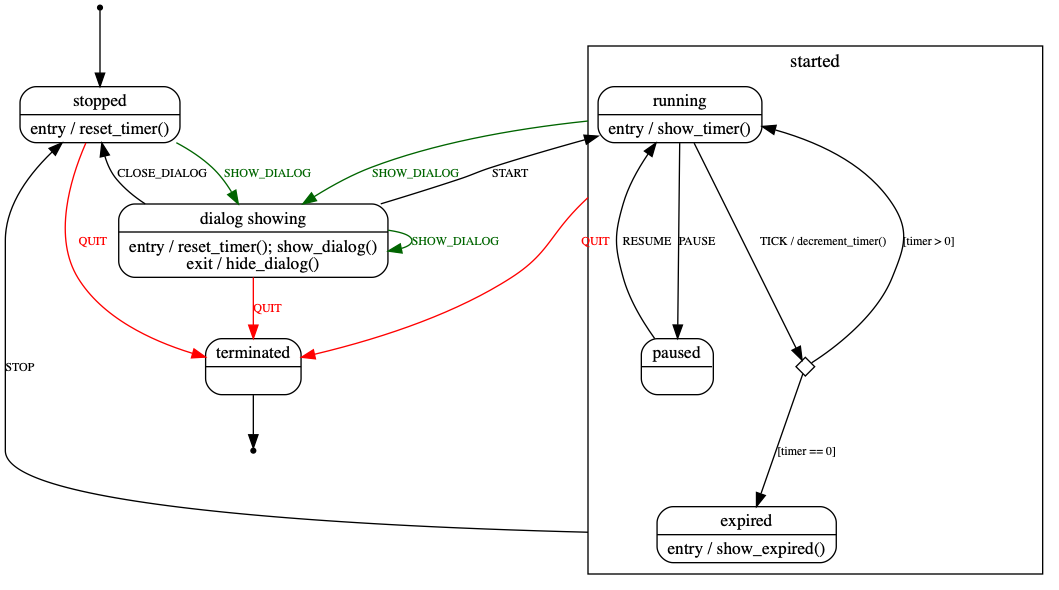
kristopherjohnson/MenubarCountdown keeps this Graphviz diagram as docs/states.png. Above is the earlier version. Its source is kept beside it as docs/states.gv.
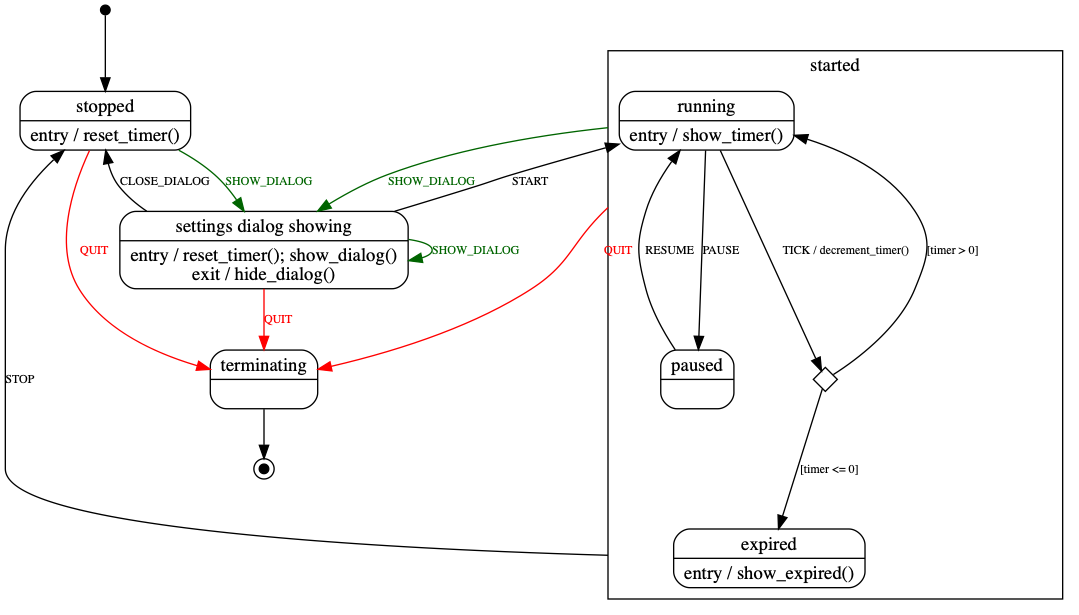
After the commit.

Commit message:
Improve display of start and end pseudostates in state machine diagram

What changed in the source:
```diff
@@ -3,98 +3,103 @@
     graph [
         forcelabels=true;
         compound=true;
-    ]
+    ];
 
     node [
         shape=Mrecord;
-        fontsize=13;
+        fontsize=14;
         label="{ \N | }";
-    ]
+    ];
 
     edge [
         fontsize=9;
-    ]
+    ];
 
     init [
-        shape=point
-    ]
+        shape=point;
+        height=0.10;
+        width=0.10;
+    ];
 
     stopped [
-        label="{ \N | entry / reset_timer() }"
-    ]
+        label="{ \N | entry / reset_timer() }";
+    ];
 
     dialog [
-        label="{ dialog showing | entry / reset_timer(); show_dialog()\nexit / hide_dialog() }"
-    ]
+        label="{ settings dialog showing | entry / reset_timer(); show_dialog()\nexit / hide_dialog() }";
+    ];
 
     subgraph cluster_started {
         label="started";
 
         running [
             label="{ \N | entry / show_timer() }"
-        ]
+        ];
         paused [
-        ]
+        ];
         expired [
             label="{ \N | entry / show_expired() }"
-        ]
+        ];
 
-        running    -> paused     [ label=PAUSE ]
-        paused     -> running    [ label=RESUME ]
+        running    -> paused     [ label=PAUSE ];
+        paused     -> running    [ label=RESUME ];
 
         decrement  [
-            label=""
-            shape=diamond
-            fixedsize=true
-            height=0.2
-            width=0.2
-        ]
+            label="";
+            shape=diamond;
+            fixedsize=true;
+            height=0.25;
+            width=0.25;
+        ];
 
-        running    -> decrement  [ label="TICK / decrement_timer()" ]
-        decrement  -> running    [ label="[timer > 0]" ]
-        decrement  -> expired    [ label="[timer == 0]" ]
+        running    -> decrement  [ label="TICK / decrement_timer()" ];
+        decrement  -> running    [ label="[timer > 0]" ];
+        decrement  -> expired    [ label="[timer <= 0]" ];
     }
 
-    terminated [
-    ]
+    terminating [
+    ];
 
     exit [
-        shape=point
-    ]
+        shape=point;
+        height=0.10;
+        width=0.10;
+        peripheries=2;
+    ];
 
-    init -> stopped
+    init -> stopped;
 
     { stopped, dialog } -> dialog [
-        label=SHOW_DIALOG
-        color=darkgreen
-        fontcolor=darkgreen
-    ]
+        label=SHOW_DIALOG;
+        color=darkgreen;
+        fontcolor=darkgreen;
+    ];
     running -> dialog [
         label=SHOW_DIALOG;
         color=darkgreen;
         fontcolor=darkgreen;
         ltail=cluster_started;
-    ]
+    ];
 
-    dialog     -> running    [ label=START ]
-    dialog     -> stopped    [ label=CLOSE_DIALOG ]
+    dialog -> running [ label=START ];
+    dialog -> stopped [ label=CLOSE_DIALOG ];
 
     expired -> stopped [
-        label=STOP
+        label=STOP;
         ltail=cluster_started;
-    ]
+    ];
 
-    { stopped, dialog } -> terminated [
-        label=QUIT
-        color=red
-        fontcolor=red
-    ]
-    running -> terminated [
+    { stopped, dialog } -> terminating [
+        label=QUIT;
+        color=red;
+        fontcolor=red;
+    ];
+    running -> terminating [
         label=QUIT;
         color=red;
         fontcolor=red;
         ltail=cluster_started;
-    ]
+    ];
 
-    terminated -> exit
+    terminating -> exit;
 }
```
